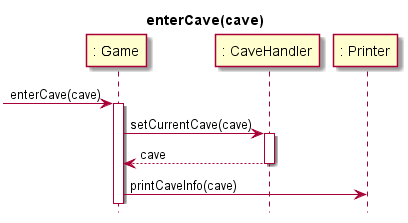
donami/OOD-1415-markus-hederstrom keeps this PlantUML diagram as Assignments/img/interaction_diagrams/enter_cave.png. Above is the earlier version. The source it was exported from:
```plantuml
@startuml
hide footbox
title enterCave(cave)

participant ": Game" as Game
participant ": CaveHandler" as CaveHandler
participant ": Printer" as Printer

[-> Game: enterCave(cave)
activate Game

Game -> CaveHandler: setCurrentCave(cave)
activate CaveHandler
CaveHandler --> Game: cave
deactivate CaveHandler

Game -> Printer: printCaveInfo(cave)

@enduml
```
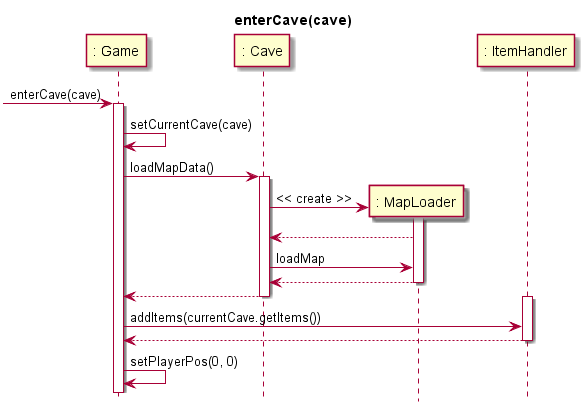
The same diagram one commit later.

What changed in the source:
```diff
@@ -3,17 +3,43 @@
 title enterCave(cave)
 
 participant ": Game" as Game
-participant ": CaveHandler" as CaveHandler
-participant ": Printer" as Printer
+participant ": Cave" as Cave
+participant ": MapLoader" as MapLoader
+participant ": ItemHandler" as ItemHandler
 
 [-> Game: enterCave(cave)
 activate Game
 
-Game -> CaveHandler: setCurrentCave(cave)
-activate CaveHandler
-CaveHandler --> Game: cave
-deactivate CaveHandler
+Game -> Game: setCurrentCave(cave)
+Game -> Cave: loadMapData()
 
-Game -> Printer: printCaveInfo(cave)
+activate Cave
+create MapLoader
+Cave -> MapLoader: << create >>
+
+activate MapLoader
+
+MapLoader --> Cave
+
+Cave -> MapLoader: loadMap
+
+MapLoader --> Cave
+
+deactivate MapLoader
+
+Cave --> Game
+
+deactivate Cave
+
+activate ItemHandler
+
+Game -> ItemHandler: addItems(currentCave.getItems())
+
+ItemHandler --> Game
+
+deactivate ItemHandler
+
+Game -> Game: setPlayerPos(0, 0)
+
 
 @enduml
```
